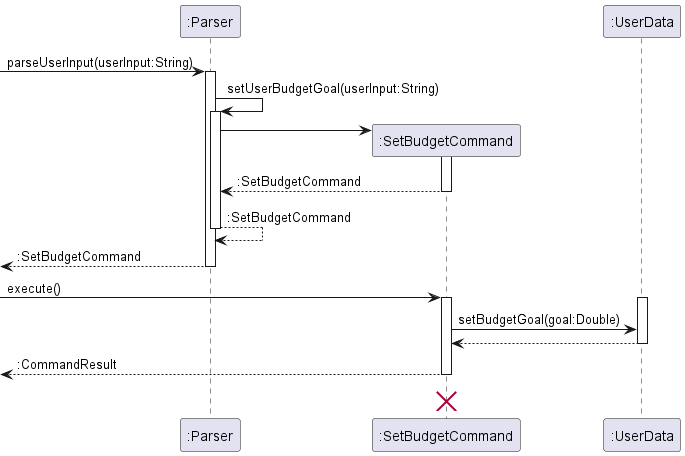
Before: docs/images/DeveloperGuide/SetBudgetCommand.png, a diagram exported from PlantUML (nus-cs2113-AY2223S2/tp). Its diagram source:
```plantuml
@startuml
participant ":Parser" as Parser
participant ":SetBudgetCommand" as SetBudgetCommand
participant ":UserData" as UserData

[-> Parser : parseUserInput(userInput:String)
activate Parser
Parser -> Parser : setUserBudgetGoal(userInput:String)
activate Parser
create SetBudgetCommand
Parser -> SetBudgetCommand
activate SetBudgetCommand
SetBudgetCommand --> Parser : :SetBudgetCommand
deactivate SetBudgetCommand
Parser --> Parser : :SetBudgetCommand
deactivate Parser
Parser -->[ : :SetBudgetCommand

deactivate Parser
[-> SetBudgetCommand : execute()
activate SetBudgetCommand
activate UserData
SetBudgetCommand -> UserData : setBudgetGoal(goal:Double)
UserData --> SetBudgetCommand
deactivate UserData
SetBudgetCommand -->[ : :CommandResult
deactivate SetBudgetCommand
SetBudgetCommand <-[hidden]- SetBudgetCommand
destroy SetBudgetCommand
@enduml
```
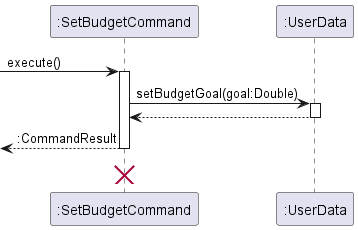
After the commit.

What changed in the source:
```diff
@@ -1,26 +1,13 @@
 @startuml
-participant ":Parser" as Parser
 participant ":SetBudgetCommand" as SetBudgetCommand
 participant ":UserData" as UserData
 
-[-> Parser : parseUserInput(userInput:String)
-activate Parser
-Parser -> Parser : setUserBudgetGoal(userInput:String)
-activate Parser
-create SetBudgetCommand
-Parser -> SetBudgetCommand
+[-> SetBudgetCommand : execute()
+
 activate SetBudgetCommand
-SetBudgetCommand --> Parser : :SetBudgetCommand
-deactivate SetBudgetCommand
-Parser --> Parser : :SetBudgetCommand
-deactivate Parser
-Parser -->[ : :SetBudgetCommand
 
-deactivate Parser
-[-> SetBudgetCommand : execute()
-activate SetBudgetCommand
+SetBudgetCommand -> UserData : setBudgetGoal(goal:Double)
 activate UserData
-SetBudgetCommand -> UserData : setBudgetGoal(goal:Double)
 UserData --> SetBudgetCommand
 deactivate UserData
 SetBudgetCommand -->[ : :CommandResult
```
